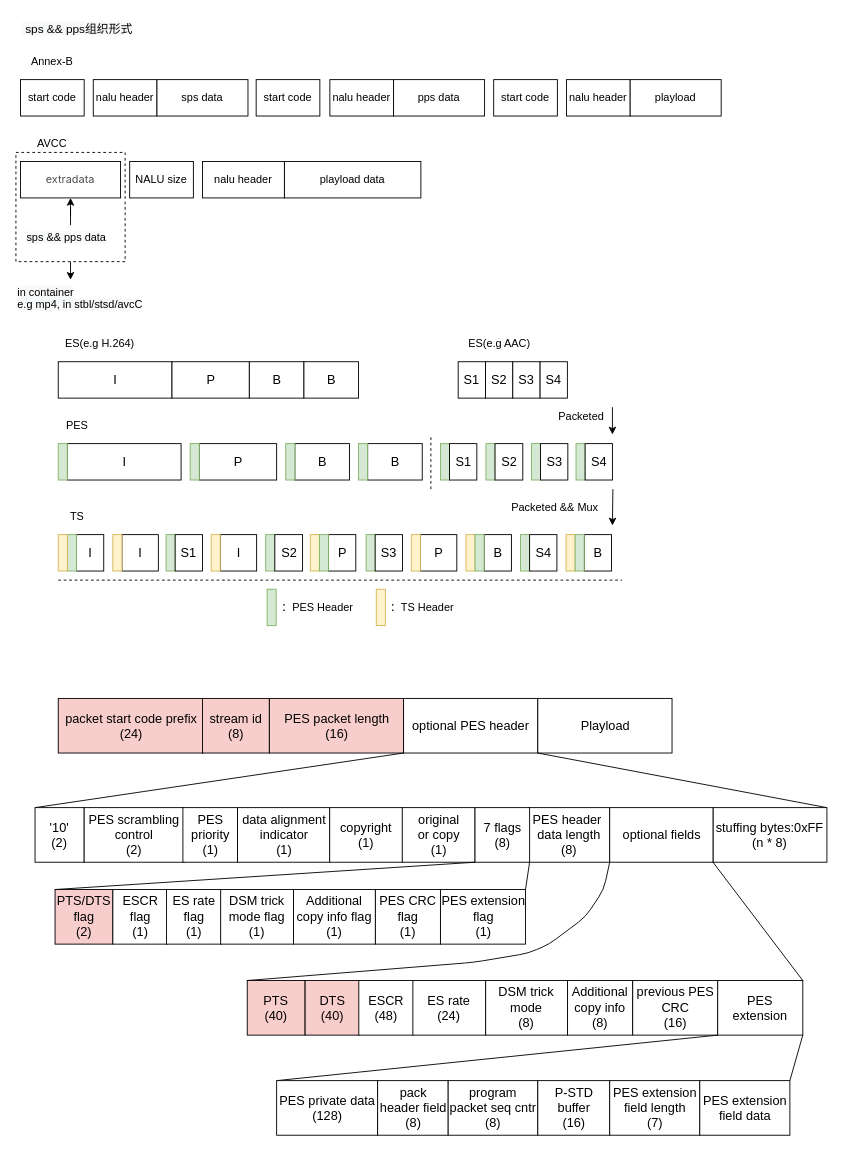
Above: drawSomething.drawio in Ritchie-Lin/items (draw.io), before the change. Source tidied: cells renumbered, new cells numbered last; positions are measured from the earlier drawing's top-left corner, leaving out a move shared by most shapes. Both pictures are drawn from the tidied source at 91%, with x=0, y=0 at pixel (15, 15).
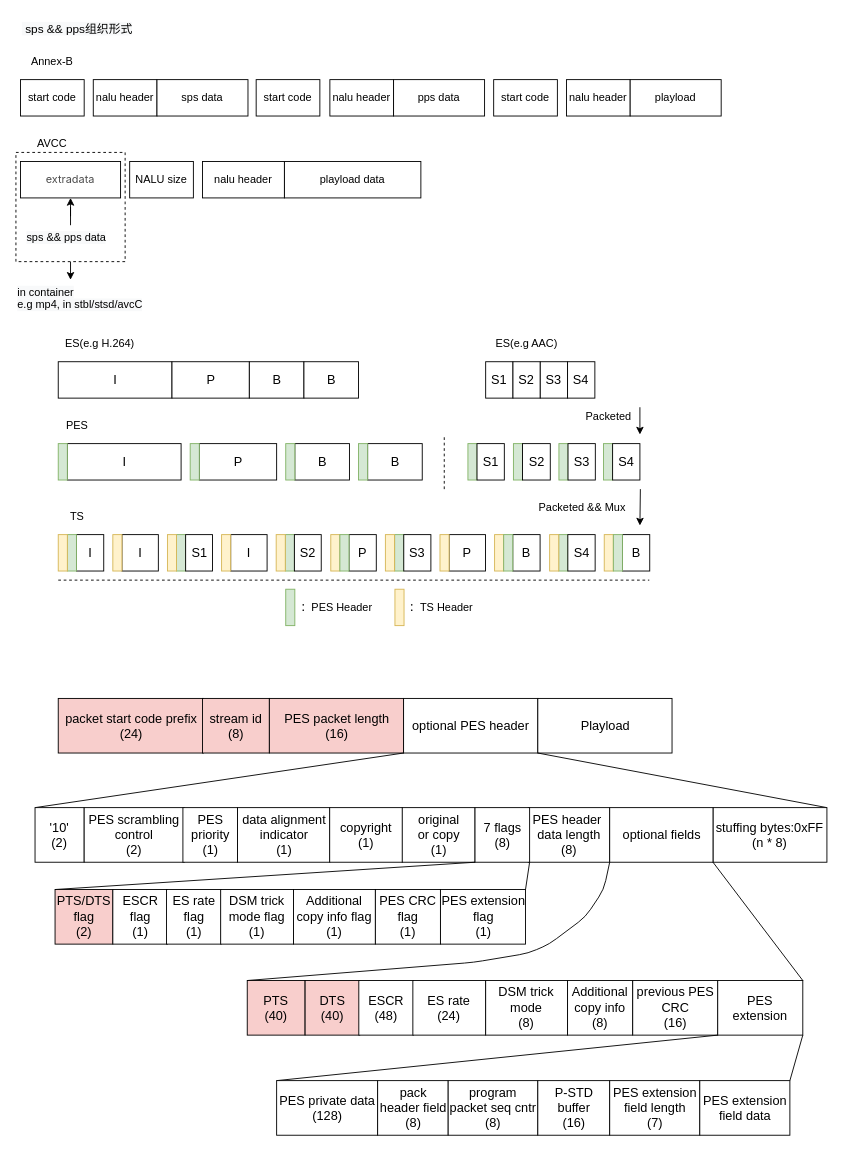
The same diagram, later.

Diff of the diagram source:
```diff
@@
     <mxCell id="20" value="&lt;font style=&quot;font-size: 14px&quot;&gt;I&lt;/font&gt;" style="rounded=0;whiteSpace=wrap;html=1;" parent="1" vertex="1">
-      <mxGeometry x="224.5" y="570" width="40" height="40" as="geometry" />
+      <mxGeometry x="236" y="570" width="40" height="40" as="geometry" />
     </mxCell>
@@
     <mxCell id="23" style="rounded=0;whiteSpace=wrap;html=1;fillColor=#fff2cc;strokeColor=#d6b656;" parent="1" vertex="1">
-      <mxGeometry x="214.5" y="570" width="10" height="40" as="geometry" />
+      <mxGeometry x="226" y="570" width="10" height="40" as="geometry" />
     </mxCell>
     <mxCell id="24" value="&lt;font style=&quot;font-size: 14px&quot;&gt;P&lt;/font&gt;" style="rounded=0;whiteSpace=wrap;html=1;" parent="1" vertex="1">
-      <mxGeometry x="343.5" y="570" width="30" height="40" as="geometry" />
+      <mxGeometry x="366" y="570" width="30" height="40" as="geometry" />
     </mxCell>
     <mxCell id="25" style="rounded=0;whiteSpace=wrap;html=1;fillColor=#fff2cc;strokeColor=#d6b656;" parent="1" vertex="1">
-      <mxGeometry x="323.5" y="570" width="10" height="40" as="geometry" />
+      <mxGeometry x="346" y="570" width="10" height="40" as="geometry" />
     </mxCell>
     <mxCell id="26" value="&lt;font style=&quot;font-size: 14px&quot;&gt;P&lt;/font&gt;" style="rounded=0;whiteSpace=wrap;html=1;" parent="1" vertex="1">
-      <mxGeometry x="444.5" y="570" width="40" height="40" as="geometry" />
+      <mxGeometry x="476" y="570" width="40" height="40" as="geometry" />
     </mxCell>
     <mxCell id="27" style="rounded=0;whiteSpace=wrap;html=1;fillColor=#fff2cc;strokeColor=#d6b656;" parent="1" vertex="1">
-      <mxGeometry x="434.5" y="570" width="10" height="40" as="geometry" />
+      <mxGeometry x="466" y="570" width="10" height="40" as="geometry" />
     </mxCell>
     <mxCell id="28" value="&lt;font style=&quot;font-size: 14px&quot;&gt;B&lt;/font&gt;" style="rounded=0;whiteSpace=wrap;html=1;" parent="1" vertex="1">
-      <mxGeometry x="514.5" y="570" width="30" height="40" as="geometry" />
+      <mxGeometry x="546" y="570" width="30" height="40" as="geometry" />
     </mxCell>
     <mxCell id="29" style="rounded=0;whiteSpace=wrap;html=1;fillColor=#fff2cc;strokeColor=#d6b656;" parent="1" vertex="1">
-      <mxGeometry x="494.5" y="570" width="10" height="40" as="geometry" />
+      <mxGeometry x="526" y="570" width="10" height="40" as="geometry" />
     </mxCell>
     <mxCell id="30" value="&lt;font style=&quot;font-size: 14px&quot;&gt;B&lt;/font&gt;" style="rounded=0;whiteSpace=wrap;html=1;" parent="1" vertex="1">
-      <mxGeometry x="624.5" y="570" width="30" height="40" as="geometry" />
+      <mxGeometry x="666.5" y="570" width="30" height="40" as="geometry" />
     </mxCell>
     <mxCell id="31" style="rounded=0;whiteSpace=wrap;html=1;fillColor=#fff2cc;strokeColor=#d6b656;" parent="1" vertex="1">
-      <mxGeometry x="604.5" y="570" width="10" height="40" as="geometry" />
+      <mxGeometry x="646.5" y="570" width="10" height="40" as="geometry" />
     </mxCell>
     <mxCell id="32" style="rounded=0;whiteSpace=wrap;html=1;fillColor=#d5e8d4;strokeColor=#82b366;" parent="1" vertex="1">
-      <mxGeometry x="333.5" y="570" width="10" height="40" as="geometry" />
+      <mxGeometry x="356" y="570" width="10" height="40" as="geometry" />
     </mxCell>
     <mxCell id="33" style="rounded=0;whiteSpace=wrap;html=1;fillColor=#d5e8d4;strokeColor=#82b366;" parent="1" vertex="1">
-      <mxGeometry x="504.5" y="570" width="10" height="40" as="geometry" />
+      <mxGeometry x="536" y="570" width="10" height="40" as="geometry" />
     </mxCell>
     <mxCell id="34" style="rounded=0;whiteSpace=wrap;html=1;fillColor=#d5e8d4;strokeColor=#82b366;" parent="1" vertex="1">
-      <mxGeometry x="614.5" y="570" width="10" height="40" as="geometry" />
+      <mxGeometry x="656.5" y="570" width="10" height="40" as="geometry" />
     </mxCell>
@@
     <mxCell id="56" style="rounded=0;whiteSpace=wrap;html=1;fillColor=#d5e8d4;strokeColor=#82b366;" parent="1" vertex="1">
-      <mxGeometry x="276" y="630" width="10" height="40" as="geometry" />
+      <mxGeometry x="296.5" y="630" width="10" height="40" as="geometry" />
     </mxCell>
     <mxCell id="57" style="endArrow=none;dashed=1;html=1;" parent="1" edge="1">
       <mxGeometry relative="1" as="geometry">
         <mxPoint x="46.5" y="620" as="sourcePoint" />
-        <mxPoint x="666" y="620" as="targetPoint" />
+        <mxPoint x="696" y="620" as="targetPoint" />
       </mxGeometry>
     </mxCell>
     <mxCell id="58" value="：PES Header" style="text;html=1;align=center;verticalAlign=middle;" parent="1" vertex="1">
-      <mxGeometry x="286" y="640" width="90" height="20" as="geometry" />
+      <mxGeometry x="306.5" y="640" width="90" height="20" as="geometry" />
     </mxCell>
     <mxCell id="59" style="rounded=0;whiteSpace=wrap;html=1;fillColor=#fff2cc;strokeColor=#d6b656;" parent="1" vertex="1">
-      <mxGeometry x="396" y="630" width="10" height="40" as="geometry" />
+      <mxGeometry x="416.5" y="630" width="10" height="40" as="geometry" />
     </mxCell>
     <mxCell id="60" value="：TS Header" style="text;html=1;align=center;verticalAlign=middle;" parent="1" vertex="1">
-      <mxGeometry x="401" y="640" width="90" height="20" as="geometry" />
+      <mxGeometry x="421.5" y="640" width="90" height="20" as="geometry" />
     </mxCell>
     <mxCell id="61" value="ES(e.g AAC)" style="text;html=1;align=center;verticalAlign=middle;" parent="1" vertex="1">
-      <mxGeometry x="491" y="350" width="80" height="20" as="geometry" />
+      <mxGeometry x="521.2" y="350" width="80" height="20" as="geometry" />
     </mxCell>
     <mxCell id="62" value="&lt;span style=&quot;font-size: 14px&quot;&gt;S1&lt;/span&gt;" style="rounded=0;whiteSpace=wrap;html=1;" parent="1" vertex="1">
-      <mxGeometry x="486" y="380" width="30" height="40" as="geometry" />
+      <mxGeometry x="516.2" y="380" width="30" height="40" as="geometry" />
     </mxCell>
     <mxCell id="63" value="&lt;span style=&quot;font-size: 14px&quot;&gt;S2&lt;/span&gt;" style="rounded=0;whiteSpace=wrap;html=1;" parent="1" vertex="1">
-      <mxGeometry x="516" y="380" width="30" height="40" as="geometry" />
+      <mxGeometry x="546.2" y="380" width="30" height="40" as="geometry" />
     </mxCell>
     <mxCell id="64" value="&lt;span style=&quot;font-size: 14px&quot;&gt;S3&lt;/span&gt;" style="rounded=0;whiteSpace=wrap;html=1;" parent="1" vertex="1">
-      <mxGeometry x="546" y="380" width="30" height="40" as="geometry" />
+      <mxGeometry x="576.2" y="380" width="30" height="40" as="geometry" />
     </mxCell>
     <mxCell id="65" style="rounded=0;whiteSpace=wrap;html=1;fillColor=#d5e8d4;strokeColor=#82b366;" parent="1" vertex="1">
-      <mxGeometry x="165" y="570" width="10" height="40" as="geometry" />
+      <mxGeometry x="176.5" y="570" width="10" height="40" as="geometry" />
     </mxCell>
     <mxCell id="66" value="&lt;span style=&quot;font-size: 14px&quot;&gt;S1&lt;/span&gt;" style="rounded=0;whiteSpace=wrap;html=1;" parent="1" vertex="1">
-      <mxGeometry x="175" y="570" width="30" height="40" as="geometry" />
+      <mxGeometry x="186.5" y="570" width="29.5" height="40" as="geometry" />
     </mxCell>
     <mxCell id="67" style="rounded=0;whiteSpace=wrap;html=1;fillColor=#d5e8d4;strokeColor=#82b366;" parent="1" vertex="1">
-      <mxGeometry x="516.5" y="470" width="10" height="40" as="geometry" />
+      <mxGeometry x="546.7" y="470" width="10" height="40" as="geometry" />
     </mxCell>
     <mxCell id="68" value="&lt;span style=&quot;font-size: 14px&quot;&gt;S2&lt;/span&gt;" style="rounded=0;whiteSpace=wrap;html=1;" parent="1" vertex="1">
-      <mxGeometry x="526.5" y="470" width="30.5" height="40" as="geometry" />
+      <mxGeometry x="556.7" y="470" width="30.5" height="40" as="geometry" />
     </mxCell>
     <mxCell id="69" style="rounded=0;whiteSpace=wrap;html=1;fillColor=#d5e8d4;strokeColor=#82b366;" parent="1" vertex="1">
-      <mxGeometry x="566.5" y="470" width="10" height="40" as="geometry" />
+      <mxGeometry x="596.7" y="470" width="10" height="40" as="geometry" />
     </mxCell>
     <mxCell id="70" value="&lt;span style=&quot;font-size: 14px&quot;&gt;S3&lt;/span&gt;" style="rounded=0;whiteSpace=wrap;html=1;" parent="1" vertex="1">
-      <mxGeometry x="576.5" y="470" width="30" height="40" as="geometry" />
+      <mxGeometry x="606.7" y="470" width="30" height="40" as="geometry" />
     </mxCell>
     <mxCell id="71" value="&lt;span style=&quot;font-size: 14px&quot;&gt;S4&lt;/span&gt;" style="rounded=0;whiteSpace=wrap;html=1;" parent="1" vertex="1">
-      <mxGeometry x="576" y="380" width="30" height="40" as="geometry" />
+      <mxGeometry x="606.2" y="380" width="30" height="40" as="geometry" />
     </mxCell>
     <mxCell id="72" style="rounded=0;whiteSpace=wrap;html=1;fillColor=#d5e8d4;strokeColor=#82b366;" parent="1" vertex="1">
-      <mxGeometry x="615.5" y="470" width="10" height="40" as="geometry" />
+      <mxGeometry x="645.7" y="470" width="10" height="40" as="geometry" />
     </mxCell>
     <mxCell id="73" value="&lt;span style=&quot;font-size: 14px&quot;&gt;S4&lt;/span&gt;" style="rounded=0;whiteSpace=wrap;html=1;" parent="1" vertex="1">
-      <mxGeometry x="625.5" y="470" width="30" height="40" as="geometry" />
+      <mxGeometry x="655.7" y="470" width="30" height="40" as="geometry" />
     </mxCell>
     <mxCell id="74" style="rounded=0;whiteSpace=wrap;html=1;fillColor=#d5e8d4;strokeColor=#82b366;" parent="1" vertex="1">
-      <mxGeometry x="466.5" y="470" width="10" height="40" as="geometry" />
+      <mxGeometry x="496.7" y="470" width="10" height="40" as="geometry" />
     </mxCell>
     <mxCell id="75" value="&lt;span style=&quot;font-size: 14px&quot;&gt;S1&lt;/span&gt;" style="rounded=0;whiteSpace=wrap;html=1;" parent="1" vertex="1">
-      <mxGeometry x="476.5" y="470" width="30" height="40" as="geometry" />
+      <mxGeometry x="506.7" y="470" width="30" height="40" as="geometry" />
     </mxCell>
     <mxCell id="76" style="rounded=0;whiteSpace=wrap;html=1;fillColor=#d5e8d4;strokeColor=#82b366;" parent="1" vertex="1">
-      <mxGeometry x="274.5" y="570" width="10" height="40" as="geometry" />
+      <mxGeometry x="296" y="570" width="10" height="40" as="geometry" />
     </mxCell>
     <mxCell id="77" value="&lt;span style=&quot;font-size: 14px&quot;&gt;S2&lt;/span&gt;" style="rounded=0;whiteSpace=wrap;html=1;" parent="1" vertex="1">
-      <mxGeometry x="284.5" y="570" width="30.5" height="40" as="geometry" />
+      <mxGeometry x="306" y="570" width="29.5" height="40" as="geometry" />
     </mxCell>
     <mxCell id="78" style="rounded=0;whiteSpace=wrap;html=1;fillColor=#d5e8d4;strokeColor=#82b366;" parent="1" vertex="1">
-      <mxGeometry x="384.8" y="570" width="10" height="40" as="geometry" />
+      <mxGeometry x="416.2" y="570" width="10" height="40" as="geometry" />
     </mxCell>
     <mxCell id="79" value="&lt;span style=&quot;font-size: 14px&quot;&gt;S3&lt;/span&gt;" style="rounded=0;whiteSpace=wrap;html=1;" parent="1" vertex="1">
-      <mxGeometry x="394.8" y="570" width="30" height="40" as="geometry" />
+      <mxGeometry x="426.2" y="570" width="29.8" height="40" as="geometry" />
     </mxCell>
     <mxCell id="80" style="rounded=0;whiteSpace=wrap;html=1;fillColor=#d5e8d4;strokeColor=#82b366;" parent="1" vertex="1">
-      <mxGeometry x="554.5" y="570" width="10" height="40" as="geometry" />
+      <mxGeometry x="596.5" y="570" width="10" height="40" as="geometry" />
     </mxCell>
     <mxCell id="81" value="&lt;span style=&quot;font-size: 14px&quot;&gt;S4&lt;/span&gt;" style="rounded=0;whiteSpace=wrap;html=1;" parent="1" vertex="1">
-      <mxGeometry x="564.5" y="570" width="30" height="40" as="geometry" />
+      <mxGeometry x="606.5" y="570" width="30" height="40" as="geometry" />
     </mxCell>
     <mxCell id="82" style="endArrow=none;dashed=1;html=1;" parent="1" edge="1">
       <mxGeometry relative="1" as="geometry">
-        <mxPoint x="456" y="520" as="sourcePoint" />
-        <mxPoint x="456" y="460" as="targetPoint" />
+        <mxPoint x="470.7" y="520" as="sourcePoint" />
+        <mxPoint x="470.7" y="460" as="targetPoint" />
       </mxGeometry>
     </mxCell>
     <mxCell id="83" style="endArrow=classic;html=1;" parent="1" edge="1">
       <mxGeometry relative="1" as="geometry">
-        <mxPoint x="655.5" y="430" as="sourcePoint" />
-        <mxPoint x="655.5" y="460" as="targetPoint" />
+        <mxPoint x="685.7" y="430" as="sourcePoint" />
+        <mxPoint x="685.7" y="460" as="targetPoint" />
       </mxGeometry>
     </mxCell>
     <mxCell id="84" value="Packeted" style="text;html=1;align=center;verticalAlign=middle;" parent="1" vertex="1">
-      <mxGeometry x="585.5" y="430" width="70" height="20" as="geometry" />
+      <mxGeometry x="615.7" y="430" width="70" height="20" as="geometry" />
     </mxCell>
     <mxCell id="85" style="endArrow=classic;html=1;" parent="1" edge="1">
       <mxGeometry relative="1" as="geometry">
-        <mxPoint x="656" y="520" as="sourcePoint" />
-        <mxPoint x="655.5" y="560" as="targetPoint" />
+        <mxPoint x="686.2" y="520" as="sourcePoint" />
+        <mxPoint x="685.7" y="560" as="targetPoint" />
       </mxGeometry>
     </mxCell>
     <mxCell id="86" value="Packeted &amp;amp;&amp;amp; Mux" style="text;html=1;align=center;verticalAlign=middle;" parent="1" vertex="1">
-      <mxGeometry x="536.5" y="530" width="110" height="20" as="geometry" />
+      <mxGeometry x="566.7" y="530" width="110" height="20" as="geometry" />
     </mxCell>
@@
+    <mxCell id="131" style="rounded=0;whiteSpace=wrap;html=1;fillColor=#fff2cc;strokeColor=#d6b656;" parent="1" vertex="1">
+      <mxGeometry x="586.5" y="570" width="10" height="40" as="geometry" />
+    </mxCell>
+    <mxCell id="132" style="rounded=0;whiteSpace=wrap;html=1;fillColor=#fff2cc;strokeColor=#d6b656;" parent="1" vertex="1">
+      <mxGeometry x="406" y="570" width="10" height="40" as="geometry" />
+    </mxCell>
+    <mxCell id="133" style="rounded=0;whiteSpace=wrap;html=1;fillColor=#fff2cc;strokeColor=#d6b656;" parent="1" vertex="1">
+      <mxGeometry x="286" y="570" width="10" height="40" as="geometry" />
+    </mxCell>
+    <mxCell id="134" style="rounded=0;whiteSpace=wrap;html=1;fillColor=#fff2cc;strokeColor=#d6b656;" parent="1" vertex="1">
+      <mxGeometry x="166.5" y="570" width="10" height="40" as="geometry" />
+    </mxCell>
```
